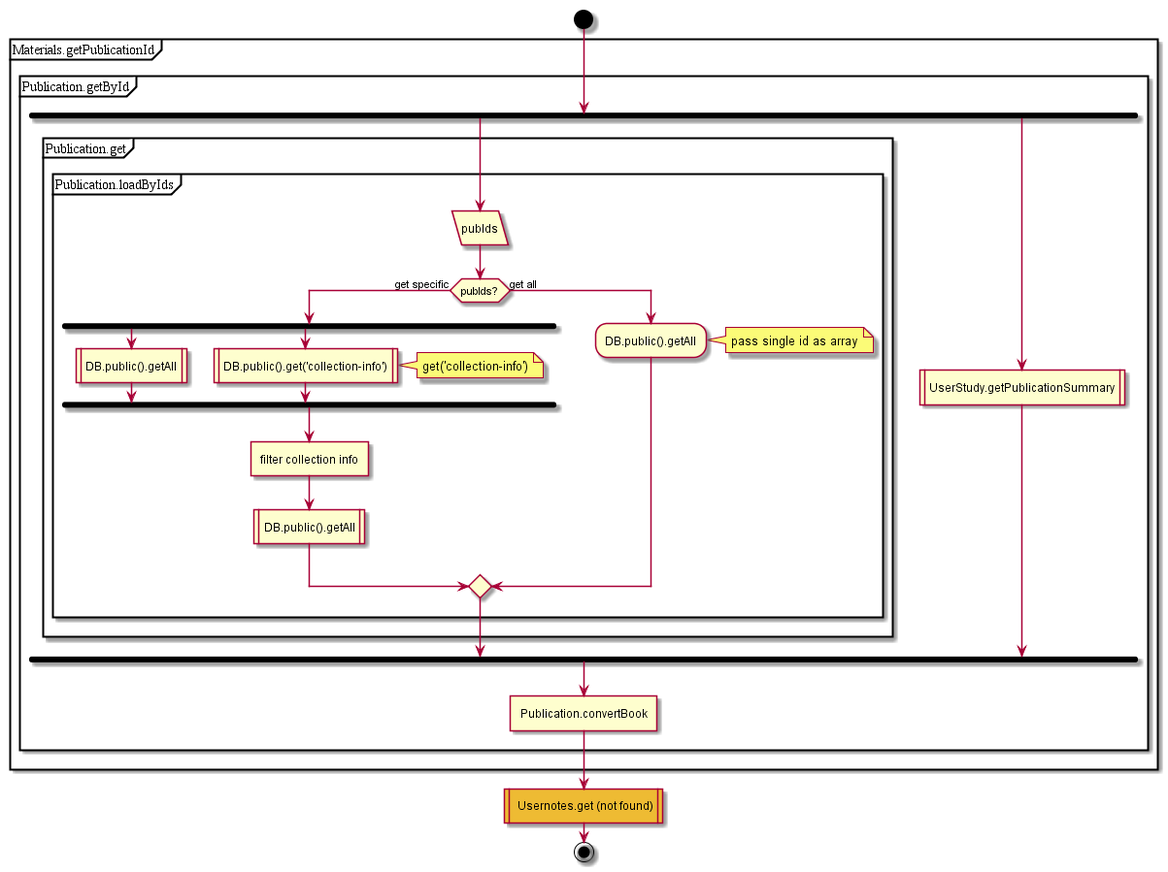
This is test2/diagrams/Materials.GET.getAnnotations.png from MaxXx1313/testwiki, a PlantUML export, as it was before one commit. Its diagram source:
```plantuml
@startuml
start
partition Materials.getPublicationId {
partition Publication.getById {
fork
partition Publication.get {
partition Publication.loadByIds {
:pubIds/
if(pubIds?) then (get specific)
fork
:DB.public().getAll|
fork again
:DB.public().get('collection-info')|
note right: get('collection-info')
endfork;
:filter collection info]
:DB.public().getAll|
else (get all)
:DB.public().getAll;
endif;
}
note right: pass single id as array
}
fork again
:UserStudy.getPublicationSummary|
endfork;
:Publication.convertBook]
}
}
#eebb33: Usernotes.get (not found)|
stop
@enduml
```
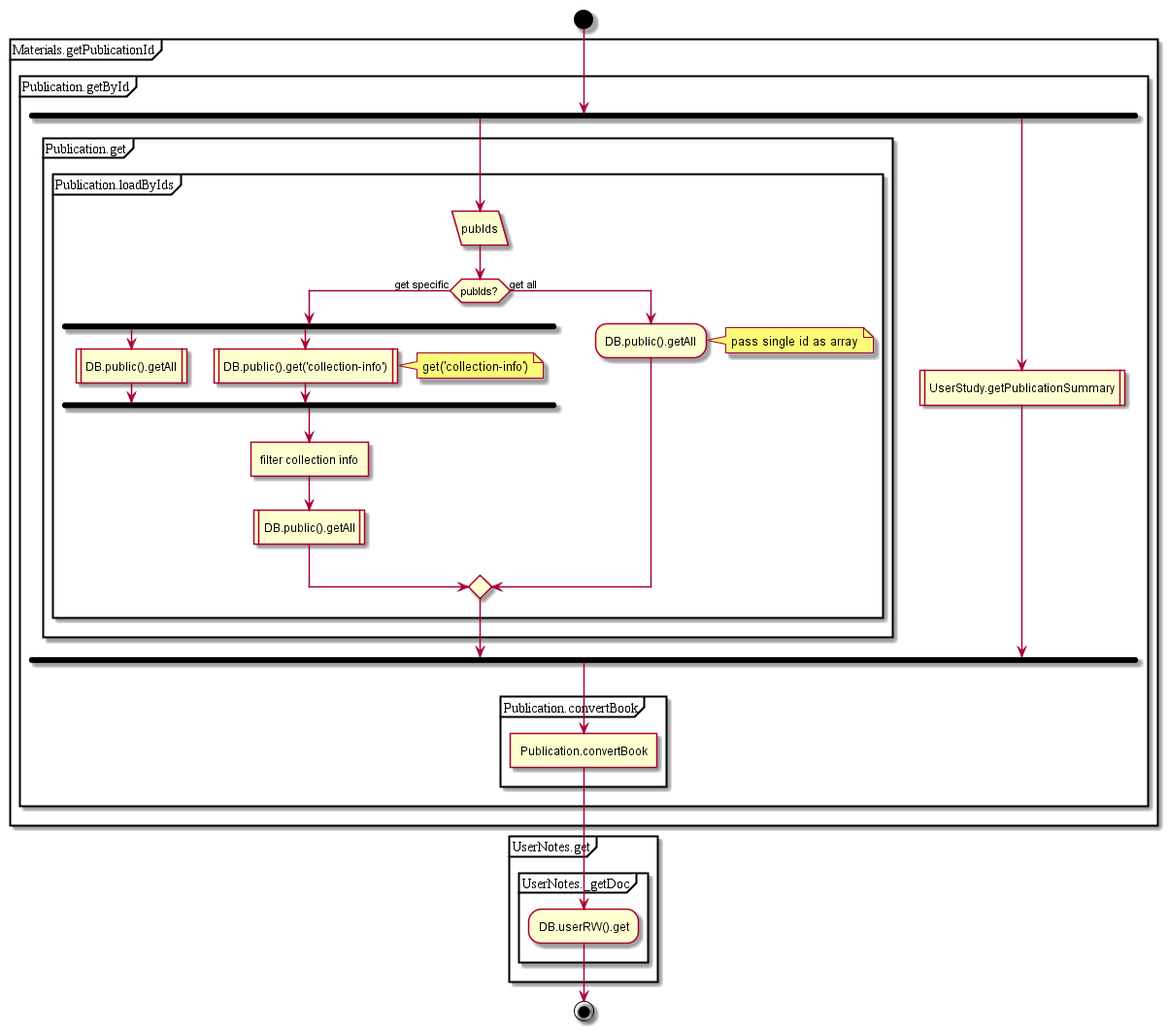
The same file after the commit.

Change to the diagram source:
```diff
@@ -24,9 +24,15 @@
 fork again
 :UserStudy.getPublicationSummary|
 endfork;
+partition Publication.convertBook {
 :Publication.convertBook]
 }
 }
-#eebb33: Usernotes.get (not found)|
+}
+partition UserNotes.get {
+partition UserNotes._getDoc {
+:DB.userRW().get;
+}
+}
 stop
 @enduml
```
